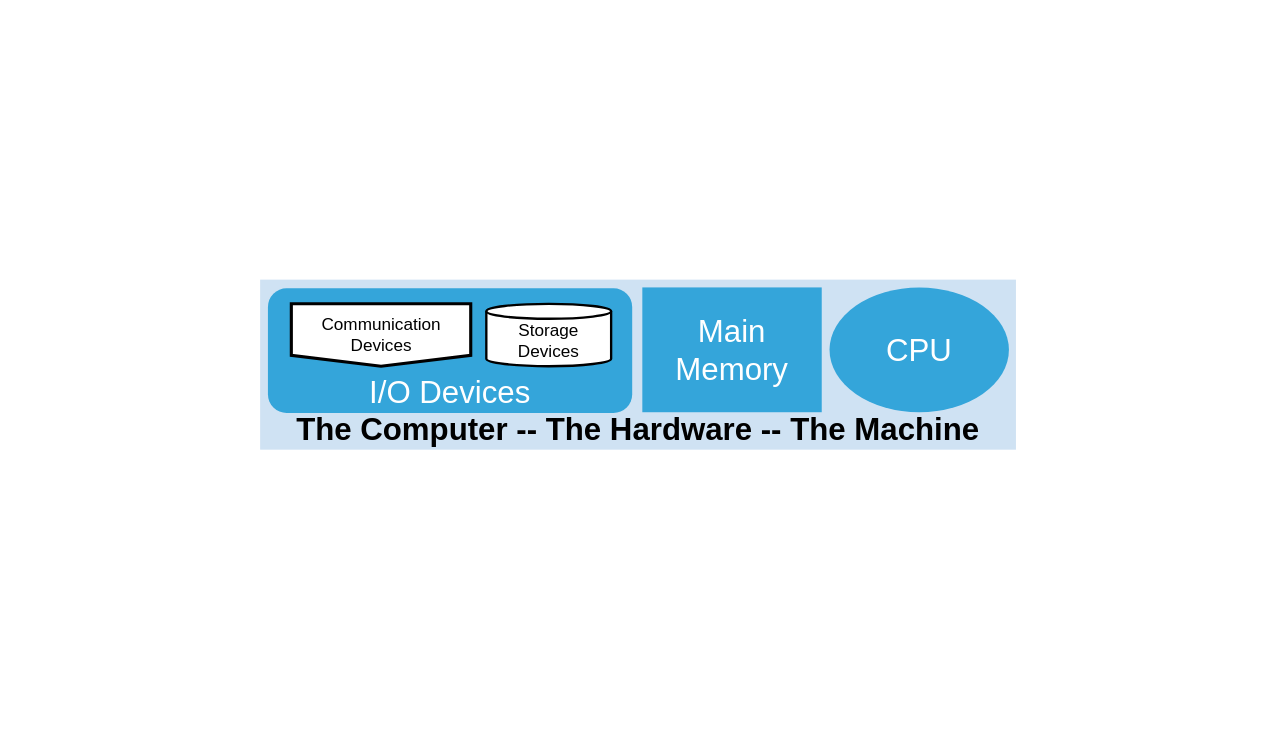
Earlier version of the draw.io diagram page "HW-001" (1 of 9) of underthecovers/images/src/VMM.drawio (jappavoo/UndertheCovers). Source tidied: cells renumbered, new cells numbered last; positions are measured from the earlier drawing's top-left corner, leaving out a move shared by most shapes. Both pictures are drawn from the tidied source at 78%, with x=0, y=0 at pixel (260, 279).
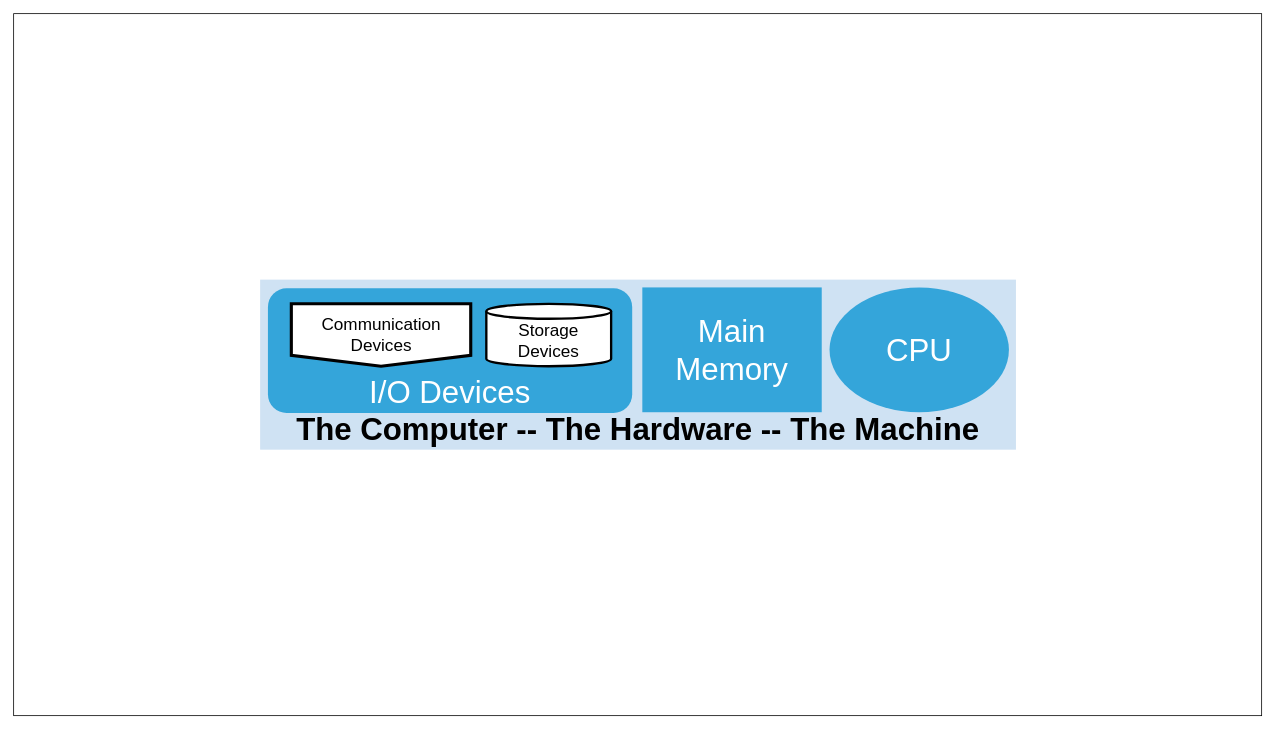
After the change.

The edit, as a diff of the source:
```diff
@@
 <mxGraphModel>
   <root>
     <mxCell id="0" />
     <mxCell id="1" parent="0" />
+    <mxCell id="12" style="rounded=0;whiteSpace=wrap;html=1;fontSize=20;fillColor=default;" parent="1" vertex="1">
+      <mxGeometry x="-316" y="-341" width="1600" height="900" as="geometry" />
+    </mxCell>
     <mxCell id="2" style="group;" parent="1" vertex="1">
       <mxGeometry width="969" height="218" as="geometry" />
     </mxCell>
     <mxCell id="3" style="group;" parent="2" vertex="1">
       <mxGeometry width="969" height="218" as="geometry" />
     </mxCell>
     <mxCell id="4" style="group;" parent="3" vertex="1">
       <mxGeometry width="969" height="218" as="geometry" />
     </mxCell>
     <mxCell id="5" value="The Computer -- The Hardware -- The Machine" style="rounded=0;whiteSpace=wrap;html=1;strokeWidth=4;verticalAlign=bottom;fontSize=40;fontStyle=1;fillColor=#CFE2F3;strokeColor=none;" parent="4" vertex="1">
       <mxGeometry width="969" height="218" as="geometry" />
     </mxCell>
     <mxCell id="6" value="CPU" style="ellipse;whiteSpace=wrap;html=1;fontSize=40;fontColor=#FFFFFF;strokeWidth=3;fillColor=#34A5DA;strokeColor=none;" parent="4" vertex="1">
       <mxGeometry x="730" y="10" width="230" height="160" as="geometry" />
     </mxCell>
     <mxCell id="7" value="Main&lt;br&gt;Memory" style="rounded=0;whiteSpace=wrap;html=1;fontSize=40;fontColor=#FFFFFF;strokeWidth=3;fillColor=#34A5DA;strokeColor=none;" parent="3" vertex="1">
       <mxGeometry x="490" y="10" width="230" height="160" as="geometry" />
     </mxCell>
     <mxCell id="8" style="group;" parent="2" vertex="1">
       <mxGeometry x="10" y="11" width="467" height="160" as="geometry" />
     </mxCell>
     <mxCell id="9" value="I/O Devices" style="rounded=1;whiteSpace=wrap;html=1;fillColor=#34A5DA;strokeColor=none;fontColor=#FFFFFF;verticalAlign=bottom;fontSize=40;" parent="8" vertex="1">
       <mxGeometry width="467" height="160" as="geometry" />
     </mxCell>
     <mxCell id="10" value="Storage&lt;br style=&quot;font-size: 22px;&quot;&gt;Devices" style="shape=cylinder3;whiteSpace=wrap;html=1;boundedLbl=1;backgroundOutline=1;size=9.588235294117723;strokeWidth=3;fontSize=22;" parent="8" vertex="1">
       <mxGeometry x="280" y="20" width="160" height="80" as="geometry" />
     </mxCell>
     <mxCell id="11" value="Communication&lt;br style=&quot;font-size: 22px;&quot;&gt;Devices" style="html=1;shadow=0;dashed=0;align=center;verticalAlign=middle;shape=mxgraph.arrows2.arrow;dy=0;dx=13.94;notch=0;strokeWidth=4;direction=south;fontSize=22;" parent="8" vertex="1">
       <mxGeometry x="30" y="20" width="230" height="80" as="geometry" />
     </mxCell>
   </root>
 </mxGraphModel>
```
